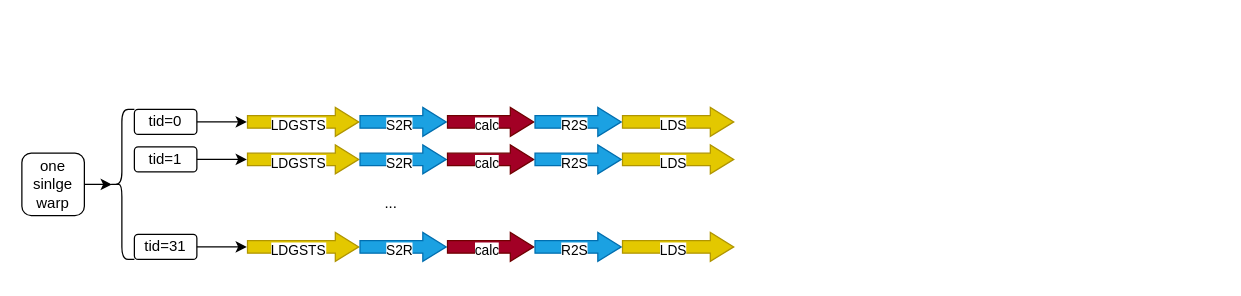
raymond1123/hgemm keeps this draw.io diagram as docs/mma/mma_base/imgs/pipeline.drawio. Above is the earlier version. Source tidied: cells renumbered, new cells numbered last; positions are measured from the earlier drawing's top-left corner, leaving out a move shared by most shapes. Both pictures are drawn from the tidied source at 125%, with x=0, y=0 at pixel (21, 109).
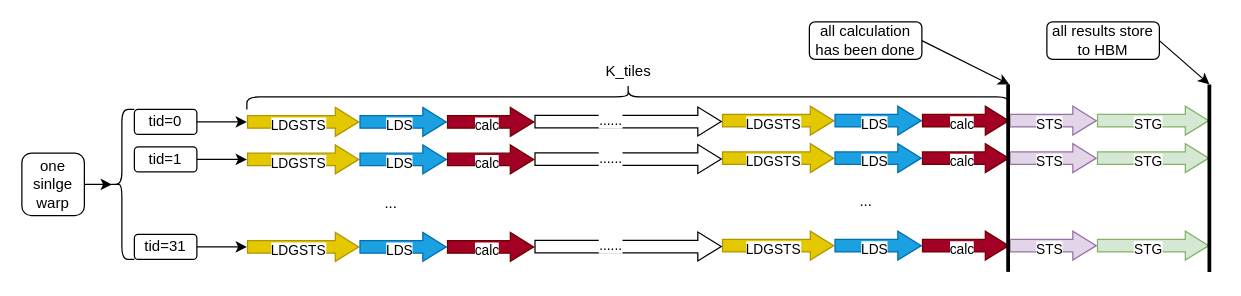
The same diagram, later.

Unchanged cells that the change refers to:
```xml
<mxCell id="4" style="shape=flexArrow;endArrow=classic;html=1;rounded=0;endWidth=12.083333333333334;endSize=5.916666666666667;fillColor=#1ba1e2;strokeColor=#006EAF;" parent="1" edge="1">
  <mxGeometry relative="1" as="geometry">
    <mxPoint x="270" y="10" as="sourcePoint" />
    <mxPoint x="340" y="10" as="targetPoint" />
  </mxGeometry>
</mxCell>
<mxCell id="16" style="shape=flexArrow;endArrow=classic;html=1;rounded=0;endWidth=12.083333333333334;endSize=5.916666666666667;fillColor=#1ba1e2;strokeColor=#006EAF;" parent="1" edge="1">
  <mxGeometry relative="1" as="geometry">
    <mxPoint x="270" y="40" as="sourcePoint" />
    <mxPoint x="340" y="40" as="targetPoint" />
  </mxGeometry>
</mxCell>
<mxCell id="29" style="shape=flexArrow;endArrow=classic;html=1;rounded=0;endWidth=12.083333333333334;endSize=5.916666666666667;fillColor=#1ba1e2;strokeColor=#006EAF;" parent="1" edge="1">
  <mxGeometry relative="1" as="geometry">
    <mxPoint x="270" y="110" as="sourcePoint" />
    <mxPoint x="340" y="110" as="targetPoint" />
  </mxGeometry>
</mxCell>
```

The edit, as a diff of the source:
```diff
@@
-    <mxCell id="5" value="S2R" style="edgeLabel;html=1;align=center;verticalAlign=middle;" parent="4" vertex="1">
+    <mxCell id="5" value="LDS" style="edgeLabel;html=1;align=center;verticalAlign=middle;" parent="4" vertex="1">
       <mxGeometry x="-0.08" y="-2" relative="1" as="geometry">
         <mxPoint x="-1" as="offset" />
       </mxGeometry>
     </mxCell>
@@
-    <mxCell id="8" style="shape=flexArrow;endArrow=classic;html=1;rounded=0;endWidth=12.083333333333334;endSize=5.916666666666667;fillColor=#1ba1e2;strokeColor=#006EAF;" parent="1" edge="1">
+    <mxCell id="8" style="shape=flexArrow;endArrow=classic;html=1;rounded=0;endWidth=12.083333333333334;endSize=5.916666666666667;fillColor=#e1d5e7;strokeColor=#9673a6;" parent="1" edge="1">
       <mxGeometry relative="1" as="geometry">
-        <mxPoint x="410" y="10" as="sourcePoint" />
-        <mxPoint x="480" y="10" as="targetPoint" />
+        <mxPoint x="790" y="9" as="sourcePoint" />
+        <mxPoint x="860" y="9" as="targetPoint" />
       </mxGeometry>
     </mxCell>
-    <mxCell id="9" value="R2S" style="edgeLabel;html=1;align=center;verticalAlign=middle;" parent="8" vertex="1">
+    <mxCell id="9" value="STS" style="edgeLabel;html=1;align=center;verticalAlign=middle;" parent="8" vertex="1">
       <mxGeometry x="-0.08" y="-2" relative="1" as="geometry">
         <mxPoint x="-1" as="offset" />
       </mxGeometry>
     </mxCell>
-    <mxCell id="10" style="shape=flexArrow;endArrow=classic;html=1;rounded=0;endWidth=12.083333333333334;endSize=5.916666666666667;fillColor=#e3c800;strokeColor=#B09500;" parent="1" edge="1">
+    <mxCell id="10" style="shape=flexArrow;endArrow=classic;html=1;rounded=0;endWidth=12.083333333333334;endSize=5.916666666666667;fillColor=#d5e8d4;strokeColor=#82b366;" parent="1" edge="1">
       <mxGeometry relative="1" as="geometry">
-        <mxPoint x="480" y="10" as="sourcePoint" />
-        <mxPoint x="570" y="10" as="targetPoint" />
+        <mxPoint x="860" y="9" as="sourcePoint" />
+        <mxPoint x="950" y="9" as="targetPoint" />
       </mxGeometry>
     </mxCell>
-    <mxCell id="11" value="LDS" style="edgeLabel;html=1;align=center;verticalAlign=middle;" parent="10" vertex="1">
+    <mxCell id="11" value="STG" style="edgeLabel;html=1;align=center;verticalAlign=middle;" parent="10" vertex="1">
       <mxGeometry x="-0.08" y="-2" relative="1" as="geometry">
         <mxPoint x="-1" as="offset" />
       </mxGeometry>
     </mxCell>
@@
-    <mxCell id="17" value="S2R" style="edgeLabel;html=1;align=center;verticalAlign=middle;" parent="16" vertex="1">
+    <mxCell id="17" value="LDS" style="edgeLabel;html=1;align=center;verticalAlign=middle;" parent="16" vertex="1">
       <mxGeometry x="-0.08" y="-2" relative="1" as="geometry">
         <mxPoint x="-1" as="offset" />
       </mxGeometry>
     </mxCell>
@@
-    <mxCell id="20" style="shape=flexArrow;endArrow=classic;html=1;rounded=0;endWidth=12.083333333333334;endSize=5.916666666666667;fillColor=#1ba1e2;strokeColor=#006EAF;" parent="1" edge="1">
+    <mxCell id="20" style="shape=flexArrow;endArrow=classic;html=1;rounded=0;endWidth=12.083333333333334;endSize=5.916666666666667;fillColor=#e1d5e7;strokeColor=#9673a6;" parent="1" edge="1">
       <mxGeometry relative="1" as="geometry">
-        <mxPoint x="410" y="40" as="sourcePoint" />
-        <mxPoint x="480" y="40" as="targetPoint" />
+        <mxPoint x="790" y="39" as="sourcePoint" />
+        <mxPoint x="860" y="39" as="targetPoint" />
       </mxGeometry>
     </mxCell>
-    <mxCell id="21" value="R2S" style="edgeLabel;html=1;align=center;verticalAlign=middle;" parent="20" vertex="1">
+    <mxCell id="21" value="STS" style="edgeLabel;html=1;align=center;verticalAlign=middle;" parent="20" vertex="1">
       <mxGeometry x="-0.08" y="-2" relative="1" as="geometry">
         <mxPoint x="-1" as="offset" />
       </mxGeometry>
     </mxCell>
-    <mxCell id="22" style="shape=flexArrow;endArrow=classic;html=1;rounded=0;endWidth=12.083333333333334;endSize=5.916666666666667;fillColor=#e3c800;strokeColor=#B09500;" parent="1" edge="1">
+    <mxCell id="22" style="shape=flexArrow;endArrow=classic;html=1;rounded=0;endWidth=12.083333333333334;endSize=5.916666666666667;fillColor=#d5e8d4;strokeColor=#82b366;" parent="1" edge="1">
       <mxGeometry relative="1" as="geometry">
-        <mxPoint x="480" y="40" as="sourcePoint" />
-        <mxPoint x="570" y="40" as="targetPoint" />
+        <mxPoint x="860" y="39" as="sourcePoint" />
+        <mxPoint x="950" y="39" as="targetPoint" />
       </mxGeometry>
     </mxCell>
-    <mxCell id="23" value="LDS" style="edgeLabel;html=1;align=center;verticalAlign=middle;" parent="22" vertex="1">
+    <mxCell id="23" value="STG" style="edgeLabel;html=1;align=center;verticalAlign=middle;" parent="22" vertex="1">
       <mxGeometry x="-0.08" y="-2" relative="1" as="geometry">
         <mxPoint x="-1" as="offset" />
       </mxGeometry>
     </mxCell>
@@
-    <mxCell id="30" value="S2R" style="edgeLabel;html=1;align=center;verticalAlign=middle;" parent="29" vertex="1">
+    <mxCell id="30" value="LDS" style="edgeLabel;html=1;align=center;verticalAlign=middle;" parent="29" vertex="1">
       <mxGeometry x="-0.08" y="-2" relative="1" as="geometry">
         <mxPoint x="-1" as="offset" />
       </mxGeometry>
     </mxCell>
@@
-    <mxCell id="33" style="shape=flexArrow;endArrow=classic;html=1;rounded=0;endWidth=12.083333333333334;endSize=5.916666666666667;fillColor=#1ba1e2;strokeColor=#006EAF;" parent="1" edge="1">
+    <mxCell id="33" style="shape=flexArrow;endArrow=classic;html=1;rounded=0;endWidth=12.083333333333334;endSize=5.916666666666667;fillColor=#e1d5e7;strokeColor=#9673a6;" parent="1" edge="1">
       <mxGeometry relative="1" as="geometry">
-        <mxPoint x="410" y="110" as="sourcePoint" />
-        <mxPoint x="480" y="110" as="targetPoint" />
+        <mxPoint x="790" y="109" as="sourcePoint" />
+        <mxPoint x="860" y="109" as="targetPoint" />
       </mxGeometry>
     </mxCell>
-    <mxCell id="34" value="R2S" style="edgeLabel;html=1;align=center;verticalAlign=middle;" parent="33" vertex="1">
+    <mxCell id="34" value="STS" style="edgeLabel;html=1;align=center;verticalAlign=middle;" parent="33" vertex="1">
       <mxGeometry x="-0.08" y="-2" relative="1" as="geometry">
         <mxPoint x="-1" as="offset" />
       </mxGeometry>
     </mxCell>
-    <mxCell id="35" style="shape=flexArrow;endArrow=classic;html=1;rounded=0;endWidth=12.083333333333334;endSize=5.916666666666667;fillColor=#e3c800;strokeColor=#B09500;" parent="1" edge="1">
+    <mxCell id="35" style="shape=flexArrow;endArrow=classic;html=1;rounded=0;endWidth=12.083333333333334;endSize=5.916666666666667;fillColor=#d5e8d4;strokeColor=#82b366;" parent="1" edge="1">
       <mxGeometry relative="1" as="geometry">
-        <mxPoint x="480" y="110" as="sourcePoint" />
-        <mxPoint x="570" y="110" as="targetPoint" />
+        <mxPoint x="860" y="109" as="sourcePoint" />
+        <mxPoint x="950" y="109" as="targetPoint" />
       </mxGeometry>
     </mxCell>
-    <mxCell id="36" value="LDS" style="edgeLabel;html=1;align=center;verticalAlign=middle;" parent="35" vertex="1">
+    <mxCell id="36" value="STG" style="edgeLabel;html=1;align=center;verticalAlign=middle;" parent="35" vertex="1">
       <mxGeometry x="-0.08" y="-2" relative="1" as="geometry">
         <mxPoint x="-1" as="offset" />
       </mxGeometry>
     </mxCell>
@@
+    <mxCell id="42" style="shape=flexArrow;endArrow=classic;html=1;rounded=0;endWidth=12.083333333333334;endSize=5.916666666666667;fillColor=#e3c800;strokeColor=#B09500;" parent="1" edge="1">
+      <mxGeometry relative="1" as="geometry">
+        <mxPoint x="560" y="9" as="sourcePoint" />
+        <mxPoint x="650" y="9" as="targetPoint" />
+      </mxGeometry>
+    </mxCell>
+    <mxCell id="43" value="LDGSTS" style="edgeLabel;html=1;align=center;verticalAlign=middle;" parent="42" vertex="1">
+      <mxGeometry x="-0.08" y="-2" relative="1" as="geometry">
+        <mxPoint x="-1" as="offset" />
+      </mxGeometry>
+    </mxCell>
+    <mxCell id="44" style="shape=flexArrow;endArrow=classic;html=1;rounded=0;endWidth=12.083333333333334;endSize=5.916666666666667;fillColor=#1ba1e2;strokeColor=#006EAF;" parent="1" edge="1">
+      <mxGeometry relative="1" as="geometry">
+        <mxPoint x="650" y="9" as="sourcePoint" />
+        <mxPoint x="720" y="9" as="targetPoint" />
+      </mxGeometry>
+    </mxCell>
+    <mxCell id="45" value="LDS" style="edgeLabel;html=1;align=center;verticalAlign=middle;" parent="44" vertex="1">
+      <mxGeometry x="-0.08" y="-2" relative="1" as="geometry">
+        <mxPoint x="-1" as="offset" />
+      </mxGeometry>
+    </mxCell>
+    <mxCell id="46" style="shape=flexArrow;endArrow=classic;html=1;rounded=0;endWidth=12.083333333333334;endSize=5.916666666666667;fillColor=#a20025;strokeColor=#6F0000;" parent="1" edge="1">
+      <mxGeometry relative="1" as="geometry">
+        <mxPoint x="720" y="9" as="sourcePoint" />
+        <mxPoint x="790" y="9" as="targetPoint" />
+      </mxGeometry>
+    </mxCell>
+    <mxCell id="47" value="calc" style="edgeLabel;html=1;align=center;verticalAlign=middle;" parent="46" vertex="1">
+      <mxGeometry x="-0.08" y="-2" relative="1" as="geometry">
+        <mxPoint x="-1" as="offset" />
+      </mxGeometry>
+    </mxCell>
+    <mxCell id="48" style="shape=flexArrow;endArrow=classic;html=1;rounded=0;endWidth=12.083333333333334;endSize=5.916666666666667;fillColor=#e3c800;strokeColor=#B09500;" parent="1" edge="1">
+      <mxGeometry relative="1" as="geometry">
+        <mxPoint x="560" y="39" as="sourcePoint" />
+        <mxPoint x="650" y="39" as="targetPoint" />
+      </mxGeometry>
+    </mxCell>
+    <mxCell id="49" value="LDGSTS" style="edgeLabel;html=1;align=center;verticalAlign=middle;" parent="48" vertex="1">
+      <mxGeometry x="-0.08" y="-2" relative="1" as="geometry">
+        <mxPoint x="-1" as="offset" />
+      </mxGeometry>
+    </mxCell>
+    <mxCell id="50" style="shape=flexArrow;endArrow=classic;html=1;rounded=0;endWidth=12.083333333333334;endSize=5.916666666666667;fillColor=#1ba1e2;strokeColor=#006EAF;" parent="1" edge="1">
+      <mxGeometry relative="1" as="geometry">
+        <mxPoint x="650" y="39" as="sourcePoint" />
+        <mxPoint x="720" y="39" as="targetPoint" />
+      </mxGeometry>
+    </mxCell>
+    <mxCell id="51" value="LDS" style="edgeLabel;html=1;align=center;verticalAlign=middle;" parent="50" vertex="1">
+      <mxGeometry x="-0.08" y="-2" relative="1" as="geometry">
+        <mxPoint x="-1" as="offset" />
+      </mxGeometry>
+    </mxCell>
+    <mxCell id="52" style="shape=flexArrow;endArrow=classic;html=1;rounded=0;endWidth=12.083333333333334;endSize=5.916666666666667;fillColor=#a20025;strokeColor=#6F0000;" parent="1" edge="1">
+      <mxGeometry relative="1" as="geometry">
+        <mxPoint x="720" y="39" as="sourcePoint" />
+        <mxPoint x="790" y="39" as="targetPoint" />
+      </mxGeometry>
+    </mxCell>
+    <mxCell id="53" value="calc" style="edgeLabel;html=1;align=center;verticalAlign=middle;" parent="52" vertex="1">
+      <mxGeometry x="-0.08" y="-2" relative="1" as="geometry">
+        <mxPoint x="-1" as="offset" />
+      </mxGeometry>
+    </mxCell>
+    <mxCell id="54" value="..." style="text;html=1;align=center;verticalAlign=middle;strokeColor=none;fillColor=none;" parent="1" vertex="1">
+      <mxGeometry x="660" y="59" width="30" height="30" as="geometry" />
+    </mxCell>
+    <mxCell id="55" style="shape=flexArrow;endArrow=classic;html=1;rounded=0;endWidth=12.083333333333334;endSize=5.916666666666667;fillColor=#e3c800;strokeColor=#B09500;" parent="1" edge="1">
+      <mxGeometry relative="1" as="geometry">
+        <mxPoint x="560" y="109" as="sourcePoint" />
+        <mxPoint x="650" y="109" as="targetPoint" />
+      </mxGeometry>
+    </mxCell>
+    <mxCell id="56" value="LDGSTS" style="edgeLabel;html=1;align=center;verticalAlign=middle;" parent="55" vertex="1">
+      <mxGeometry x="-0.08" y="-2" relative="1" as="geometry">
+        <mxPoint x="-1" as="offset" />
+      </mxGeometry>
+    </mxCell>
+    <mxCell id="57" style="shape=flexArrow;endArrow=classic;html=1;rounded=0;endWidth=12.083333333333334;endSize=5.916666666666667;fillColor=#1ba1e2;strokeColor=#006EAF;" parent="1" edge="1">
+      <mxGeometry relative="1" as="geometry">
+        <mxPoint x="650" y="109" as="sourcePoint" />
+        <mxPoint x="720" y="109" as="targetPoint" />
+      </mxGeometry>
+    </mxCell>
+    <mxCell id="58" value="LDS" style="edgeLabel;html=1;align=center;verticalAlign=middle;" parent="57" vertex="1">
+      <mxGeometry x="-0.08" y="-2" relative="1" as="geometry">
+        <mxPoint x="-1" as="offset" />
+      </mxGeometry>
+    </mxCell>
+    <mxCell id="59" style="shape=flexArrow;endArrow=classic;html=1;rounded=0;endWidth=12.083333333333334;endSize=5.916666666666667;fillColor=#a20025;strokeColor=#6F0000;" parent="1" edge="1">
+      <mxGeometry relative="1" as="geometry">
+        <mxPoint x="720" y="109" as="sourcePoint" />
+        <mxPoint x="790" y="109" as="targetPoint" />
+      </mxGeometry>
+    </mxCell>
+    <mxCell id="60" value="calc" style="edgeLabel;html=1;align=center;verticalAlign=middle;" parent="59" vertex="1">
+      <mxGeometry x="-0.08" y="-2" relative="1" as="geometry">
+        <mxPoint x="-1" as="offset" />
+      </mxGeometry>
+    </mxCell>
+    <mxCell id="61" style="shape=flexArrow;endArrow=classic;html=1;rounded=0;endWidth=12.083333333333334;endSize=5.916666666666667;" parent="1" edge="1">
+      <mxGeometry relative="1" as="geometry">
+        <mxPoint x="410" y="9.7" as="sourcePoint" />
+        <mxPoint x="560" y="9.7" as="targetPoint" />
+      </mxGeometry>
+    </mxCell>
+    <mxCell id="62" value="......" style="edgeLabel;html=1;align=center;verticalAlign=middle;" parent="61" vertex="1">
+      <mxGeometry x="-0.2" y="1" relative="1" as="geometry" />
+    </mxCell>
+    <mxCell id="63" style="shape=flexArrow;endArrow=classic;html=1;rounded=0;endWidth=12.083333333333334;endSize=5.916666666666667;" parent="1" edge="1">
+      <mxGeometry relative="1" as="geometry">
+        <mxPoint x="410" y="39.7" as="sourcePoint" />
+        <mxPoint x="560" y="39.7" as="targetPoint" />
+      </mxGeometry>
+    </mxCell>
+    <mxCell id="64" value="......" style="edgeLabel;html=1;align=center;verticalAlign=middle;" parent="63" vertex="1">
+      <mxGeometry x="-0.2" y="1" relative="1" as="geometry" />
+    </mxCell>
+    <mxCell id="65" style="shape=flexArrow;endArrow=classic;html=1;rounded=0;endWidth=12.083333333333334;endSize=5.916666666666667;" parent="1" edge="1">
+      <mxGeometry relative="1" as="geometry">
+        <mxPoint x="410" y="109.7" as="sourcePoint" />
+        <mxPoint x="560" y="109.7" as="targetPoint" />
+      </mxGeometry>
+    </mxCell>
+    <mxCell id="66" value="......" style="edgeLabel;html=1;align=center;verticalAlign=middle;" parent="65" vertex="1">
+      <mxGeometry x="-0.2" y="1" relative="1" as="geometry" />
+    </mxCell>
+    <mxCell id="67" style="shape=curlyBracket;whiteSpace=wrap;html=1;rounded=1;rotation=90;" parent="1" vertex="1">
+      <mxGeometry x="475" y="-315" width="20" height="610" as="geometry" />
+    </mxCell>
+    <mxCell id="68" value="K_tiles" style="text;html=1;align=center;verticalAlign=middle;" parent="1" vertex="1">
+      <mxGeometry x="460" y="-40" width="50" height="20" as="geometry" />
+    </mxCell>
+    <mxCell id="69" style="endArrow=none;html=1;strokeWidth=3;" parent="1" edge="1">
+      <mxGeometry relative="1" as="geometry">
+        <mxPoint x="789" y="130" as="sourcePoint" />
+        <mxPoint x="789" y="-20" as="targetPoint" />
+      </mxGeometry>
+    </mxCell>
+    <mxCell id="70" style="endArrow=classic;html=1;exitX=1;exitY=0.5;exitDx=0;exitDy=0;" parent="1" edge="1" source="71">
+      <mxGeometry relative="1" as="geometry">
+        <mxPoint x="790" y="-20" as="targetPoint" />
+      </mxGeometry>
+    </mxCell>
+    <mxCell id="71" value="all calculation has been done" style="rounded=1;whiteSpace=wrap;html=1;" parent="1" vertex="1">
+      <mxGeometry x="630" y="-70" width="90" height="30" as="geometry" />
+    </mxCell>
+    <mxCell id="72" style="endArrow=none;html=1;strokeWidth=3;" parent="1" edge="1">
+      <mxGeometry relative="1" as="geometry">
+        <mxPoint x="950" y="130" as="sourcePoint" />
+        <mxPoint x="950" y="-20" as="targetPoint" />
+      </mxGeometry>
+    </mxCell>
+    <mxCell id="73" value="all results store to HBM" style="rounded=1;whiteSpace=wrap;html=1;" parent="1" vertex="1">
+      <mxGeometry x="820" y="-70" width="90" height="30" as="geometry" />
+    </mxCell>
+    <mxCell id="74" style="endArrow=classic;html=1;exitX=1;exitY=0.5;exitDx=0;exitDy=0;" parent="1" edge="1" source="73">
+      <mxGeometry relative="1" as="geometry">
+        <mxPoint x="950" y="-20" as="targetPoint" />
+      </mxGeometry>
+    </mxCell>
```
